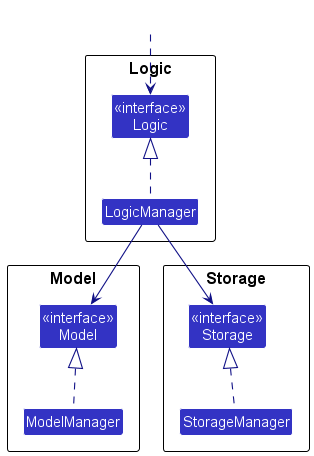
This is docs/images/ComponentManagers.png from nus-cs2103-AY2324S2/tp, a PlantUML export, as it was before one commit.
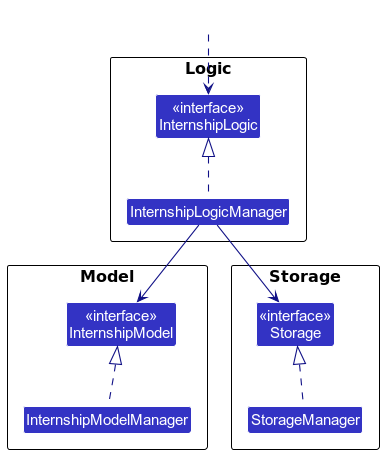
The same diagram one commit later.

The edit, as a diff of the source:
```diff
@@ -5,13 +5,13 @@
 skinparam classBackgroundColor LOGIC_COLOR
 
 package Logic as LogicPackage {
-Class "<<interface>>\nLogic" as Logic
-Class LogicManager
+Class "<<interface>>\nInternshipLogic" as Logic
+Class InternshipLogicManager
 }
 
 package Model as ModelPackage {
-Class "<<interface>>\nModel" as Model
-Class ModelManager
+Class "<<interface>>\nInternshipModel" as Model
+Class InternshipModelManager
 }
 
 package Storage as StoragePackage {
@@ -22,10 +22,10 @@
 Class HiddenOutside #FFFFFF
 HiddenOutside ..> Logic
 
-LogicManager .up.|> Logic
-ModelManager .up.|> Model
+InternshipLogicManager .up.|> Logic
+InternshipModelManager .up.|> Model
 StorageManager .up.|> Storage
 
-LogicManager --> Model
-LogicManager --> Storage
+InternshipLogicManager --> Model
+InternshipLogicManager --> Storage
 @enduml
```
